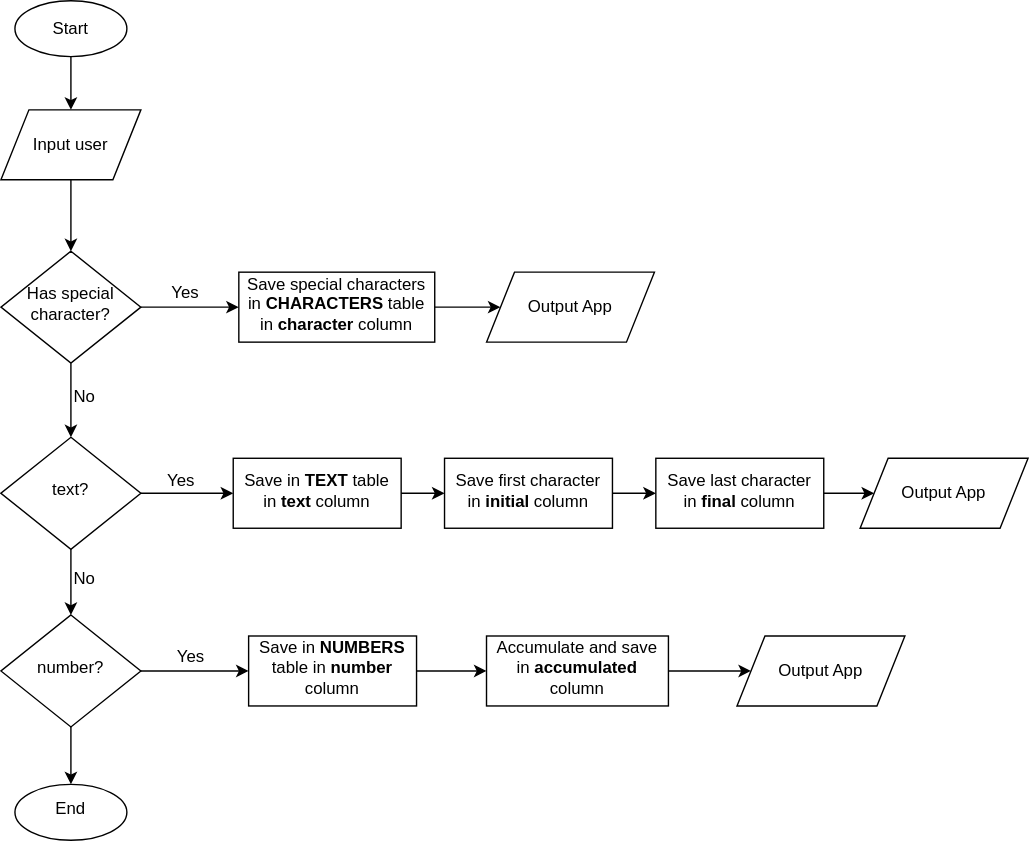
Earlier version of the draw.io export assets/apalabrados_flowchart.drawio.svg (isabelyb/apalabrados). Source tidied: cells renumbered, new cells last; positions are measured from the earlier drawing's top-left corner, leaving out a move shared by most shapes. Its diagram source:
```xml
<mxGraphModel>
  <root>
    <mxCell id="0" />
    <mxCell id="1" parent="0" />
    <mxCell id="2" value="Output App" style="shape=parallelogram;perimeter=parallelogramPerimeter;whiteSpace=wrap;html=1;fixedSize=1;" parent="1" vertex="1">
      <mxGeometry x="614" y="327" width="120" height="50" as="geometry" />
    </mxCell>
    <mxCell id="3" style="edgeStyle=elbowEdgeStyle;rounded=0;jettySize=auto;html=1;" parent="1" edge="1" source="19" target="2">
      <mxGeometry relative="1" as="geometry" />
    </mxCell>
    <mxCell id="4" value="End" style="ellipse;whiteSpace=wrap;html=1;shadow=0;strokeWidth=1;spacing=6;spacingTop=-4;" parent="1" vertex="1">
      <mxGeometry x="10" y="560" width="80" height="40" as="geometry" />
    </mxCell>
    <mxCell id="5" value="&lt;span&gt;Has special character?&lt;/span&gt;" style="rhombus;whiteSpace=wrap;html=1;shadow=0;fontFamily=Helvetica;fontSize=12;align=center;strokeWidth=1;spacing=6;spacingTop=-4;" parent="1" vertex="1">
      <mxGeometry y="179" width="100" height="80" as="geometry" />
    </mxCell>
    <mxCell id="6" style="edgeStyle=orthogonalEdgeStyle;rounded=0;jettySize=auto;html=1;" parent="1" edge="1" source="7" target="5">
      <mxGeometry x="42" y="37" as="geometry" />
    </mxCell>
    <mxCell id="7" value="Input user" style="shape=parallelogram;perimeter=parallelogramPerimeter;whiteSpace=wrap;html=1;fixedSize=1;" parent="1" vertex="1">
      <mxGeometry y="78" width="100" height="50" as="geometry" />
    </mxCell>
    <mxCell id="8" style="edgeStyle=orthogonalEdgeStyle;rounded=0;jettySize=auto;html=1;" parent="1" edge="1" source="9" target="7">
      <mxGeometry x="42" y="37" as="geometry" />
    </mxCell>
    <mxCell id="9" value="Start" style="ellipse;whiteSpace=wrap;html=1;" parent="1" vertex="1">
      <mxGeometry x="10" width="80" height="40" as="geometry" />
    </mxCell>
    <mxCell id="10" style="edgeStyle=orthogonalEdgeStyle;rounded=0;jettySize=auto;html=1;" parent="1" edge="1" source="11">
      <mxGeometry x="42" y="37" as="geometry">
        <mxPoint x="50" y="439" as="targetPoint" />
      </mxGeometry>
    </mxCell>
    <mxCell id="11" value="text?" style="rhombus;whiteSpace=wrap;html=1;shadow=0;fontFamily=Helvetica;fontSize=12;align=center;strokeWidth=1;spacing=6;spacingTop=-4;" parent="1" vertex="1">
      <mxGeometry y="312" width="100" height="80" as="geometry" />
    </mxCell>
    <mxCell id="12" style="edgeStyle=orthogonalEdgeStyle;rounded=0;jettySize=auto;html=1;" parent="1" edge="1" source="5" target="11">
      <mxGeometry x="42" y="37" as="geometry" />
    </mxCell>
    <mxCell id="13" value="No" style="text;html=1;strokeColor=none;fillColor=none;align=center;verticalAlign=middle;whiteSpace=wrap;rounded=0;" parent="1" vertex="1">
      <mxGeometry x="30" y="268" width="60" height="30" as="geometry" />
    </mxCell>
    <mxCell id="14" value="Save in &lt;b&gt;TEXT&lt;/b&gt;&amp;nbsp;table in &lt;b&gt;text&lt;/b&gt; column" style="whiteSpace=wrap;html=1;shadow=0;strokeWidth=1;spacing=6;spacingTop=-4;" parent="1" vertex="1">
      <mxGeometry x="166" y="327" width="120" height="50" as="geometry" />
    </mxCell>
    <mxCell id="15" style="edgeStyle=orthogonalEdgeStyle;rounded=0;jettySize=auto;html=1;" parent="1" edge="1" source="11" target="14">
      <mxGeometry x="42" y="37" as="geometry" />
    </mxCell>
    <mxCell id="16" value="Yes" style="text;html=1;strokeColor=none;fillColor=none;align=center;verticalAlign=middle;whiteSpace=wrap;rounded=0;" parent="1" vertex="1">
      <mxGeometry x="99" y="328" width="60" height="30" as="geometry" />
    </mxCell>
    <mxCell id="17" value="Save first character in &lt;b&gt;initial&lt;/b&gt; column" style="whiteSpace=wrap;html=1;shadow=0;strokeWidth=1;spacing=6;spacingTop=-4;" parent="1" vertex="1">
      <mxGeometry x="317" y="327" width="120" height="50" as="geometry" />
    </mxCell>
    <mxCell id="18" style="edgeStyle=orthogonalEdgeStyle;rounded=0;jettySize=auto;html=1;" parent="1" edge="1" source="14" target="17">
      <mxGeometry x="42" y="37" as="geometry" />
    </mxCell>
    <mxCell id="19" value="Save last character in &lt;b&gt;final&lt;/b&gt; column" style="whiteSpace=wrap;html=1;shadow=0;strokeWidth=1;spacing=6;spacingTop=-4;" parent="1" vertex="1">
      <mxGeometry x="468" y="327" width="120" height="50" as="geometry" />
    </mxCell>
    <mxCell id="20" style="edgeStyle=orthogonalEdgeStyle;rounded=0;jettySize=auto;html=1;" parent="1" edge="1" source="17" target="19">
      <mxGeometry x="42" y="37" as="geometry" />
    </mxCell>
    <mxCell id="21" style="edgeStyle=elbowEdgeStyle;rounded=0;jettySize=auto;html=1;" parent="1" edge="1" source="22" target="4">
      <mxGeometry relative="1" as="geometry" />
    </mxCell>
    <mxCell id="22" value="number?" style="rhombus;whiteSpace=wrap;html=1;shadow=0;fontFamily=Helvetica;fontSize=12;align=center;strokeWidth=1;spacing=6;spacingTop=-4;" parent="1" vertex="1">
      <mxGeometry y="439" width="100" height="80" as="geometry" />
    </mxCell>
    <mxCell id="23" value="Save in &lt;b&gt;NUMBERS&lt;/b&gt; table in &lt;b&gt;number&lt;/b&gt; column" style="whiteSpace=wrap;html=1;shadow=0;strokeWidth=1;spacing=6;spacingTop=-4;" parent="1" vertex="1">
      <mxGeometry x="177" y="454" width="120" height="50" as="geometry" />
    </mxCell>
    <mxCell id="24" style="edgeStyle=orthogonalEdgeStyle;rounded=0;jettySize=auto;html=1;" parent="1" edge="1" source="22" target="23">
      <mxGeometry x="42" y="37" as="geometry" />
    </mxCell>
    <mxCell id="25" value="Yes" style="text;html=1;strokeColor=none;fillColor=none;align=center;verticalAlign=middle;whiteSpace=wrap;rounded=0;" parent="1" vertex="1">
      <mxGeometry x="106" y="454" width="60" height="30" as="geometry" />
    </mxCell>
    <mxCell id="26" style="edgeStyle=elbowEdgeStyle;rounded=0;jettySize=auto;html=1;" parent="1" edge="1" source="27" target="35">
      <mxGeometry x="42" y="37" as="geometry" />
    </mxCell>
    <mxCell id="27" value="Accumulate and save in &lt;b&gt;accumulated&lt;/b&gt; column" style="whiteSpace=wrap;html=1;shadow=0;strokeWidth=1;spacing=6;spacingTop=-4;" parent="1" vertex="1">
      <mxGeometry x="347" y="454" width="130" height="50" as="geometry" />
    </mxCell>
    <mxCell id="28" style="edgeStyle=orthogonalEdgeStyle;rounded=0;jettySize=auto;html=1;" parent="1" edge="1" source="23" target="27">
      <mxGeometry x="154" y="491" as="geometry" />
    </mxCell>
    <mxCell id="29" value="No" style="text;html=1;strokeColor=none;fillColor=none;align=center;verticalAlign=middle;whiteSpace=wrap;rounded=0;" parent="1" vertex="1">
      <mxGeometry x="30" y="398" width="60" height="30" as="geometry" />
    </mxCell>
    <mxCell id="30" value="Save special characters in&amp;nbsp;&lt;b&gt;CHARACTERS&lt;/b&gt;&amp;nbsp;table in&amp;nbsp;&lt;b&gt;character&lt;/b&gt;&amp;nbsp;column" style="whiteSpace=wrap;html=1;shadow=0;strokeWidth=1;spacing=6;spacingTop=-4;" parent="1" vertex="1">
      <mxGeometry x="170" y="194" width="140" height="50" as="geometry" />
    </mxCell>
    <mxCell id="31" style="edgeStyle=orthogonalEdgeStyle;rounded=0;jettySize=auto;html=1;" parent="1" edge="1" source="5" target="30">
      <mxGeometry x="42" y="37" as="geometry" />
    </mxCell>
    <mxCell id="32" value="Yes" style="text;html=1;strokeColor=none;fillColor=none;align=center;verticalAlign=middle;whiteSpace=wrap;rounded=0;" parent="1" vertex="1">
      <mxGeometry x="102" y="194" width="60" height="30" as="geometry" />
    </mxCell>
    <mxCell id="33" value="Output App" style="shape=parallelogram;perimeter=parallelogramPerimeter;whiteSpace=wrap;html=1;fixedSize=1;" parent="1" vertex="1">
      <mxGeometry x="347" y="194" width="120" height="50" as="geometry" />
    </mxCell>
    <mxCell id="34" style="edgeStyle=elbowEdgeStyle;rounded=0;jettySize=auto;html=1;" parent="1" edge="1" source="30" target="33">
      <mxGeometry x="42" y="37" as="geometry" />
    </mxCell>
    <mxCell id="35" value="Output App" style="shape=parallelogram;perimeter=parallelogramPerimeter;whiteSpace=wrap;html=1;fixedSize=1;" parent="1" vertex="1">
      <mxGeometry x="526" y="454" width="120" height="50" as="geometry" />
    </mxCell>
  </root>
</mxGraphModel>
```
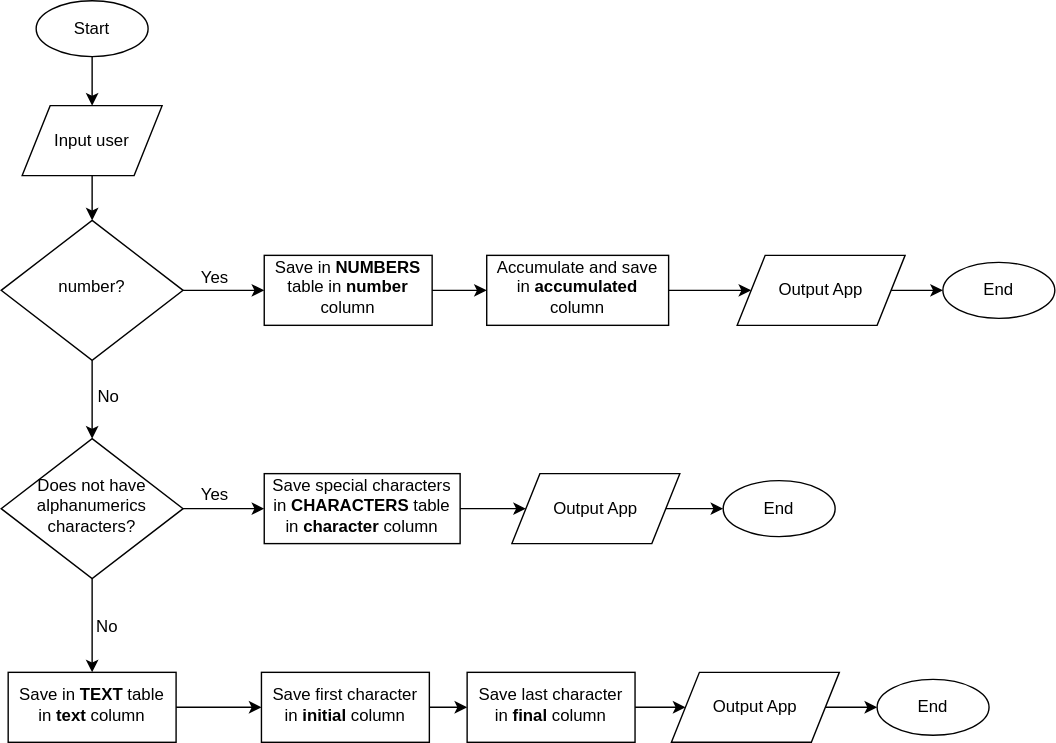
Later version of the same file.

The edit, as a diff of the source:
```diff
@@ -2,109 +2,110 @@
   <root>
     <mxCell id="0" />
     <mxCell id="1" parent="0" />
+    <mxCell id="36" style="edgeStyle=orthogonalEdgeStyle;rounded=0;jettySize=auto;html=1;" parent="1" edge="1" source="2" target="47">
+      <mxGeometry relative="1" as="geometry" />
+    </mxCell>
     <mxCell id="2" value="Output App" style="shape=parallelogram;perimeter=parallelogramPerimeter;whiteSpace=wrap;html=1;fixedSize=1;" parent="1" vertex="1">
-      <mxGeometry x="614" y="327" width="120" height="50" as="geometry" />
+      <mxGeometry x="479" y="480" width="120" height="50" as="geometry" />
     </mxCell>
     <mxCell id="3" style="edgeStyle=elbowEdgeStyle;rounded=0;jettySize=auto;html=1;" parent="1" edge="1" source="19" target="2">
       <mxGeometry relative="1" as="geometry" />
     </mxCell>
-    <mxCell id="4" value="End" style="ellipse;whiteSpace=wrap;html=1;shadow=0;strokeWidth=1;spacing=6;spacingTop=-4;" parent="1" vertex="1">
-      <mxGeometry x="10" y="560" width="80" height="40" as="geometry" />
-    </mxCell>
+    <mxCell id="31" style="edgeStyle=orthogonalEdgeStyle;rounded=0;jettySize=auto;html=1;" parent="1" edge="1" source="5" target="30">
+      <mxGeometry relative="1" as="geometry" />
+    </mxCell>
+    <mxCell id="37" style="edgeStyle=orthogonalEdgeStyle;rounded=0;jettySize=auto;html=1;" parent="1" edge="1" source="5" target="14">
+      <mxGeometry relative="1" as="geometry" />
+    </mxCell>
-    <mxCell id="5" value="&lt;span&gt;Has special character?&lt;/span&gt;" style="rhombus;whiteSpace=wrap;html=1;shadow=0;fontFamily=Helvetica;fontSize=12;align=center;strokeWidth=1;spacing=6;spacingTop=-4;" parent="1" vertex="1">
-      <mxGeometry y="179" width="100" height="80" as="geometry" />
+    <mxCell id="5" value="&lt;span&gt;Does not have alphanumerics characters?&lt;/span&gt;" style="rhombus;whiteSpace=wrap;html=1;shadow=0;fontFamily=Helvetica;fontSize=12;align=center;strokeWidth=1;spacing=6;spacingTop=-4;" parent="1" vertex="1">
+      <mxGeometry y="313" width="130" height="100" as="geometry" />
     </mxCell>
-    <mxCell id="6" style="edgeStyle=orthogonalEdgeStyle;rounded=0;jettySize=auto;html=1;" parent="1" edge="1" source="7" target="5">
-      <mxGeometry x="42" y="37" as="geometry" />
-    </mxCell>
+    <mxCell id="38" style="edgeStyle=orthogonalEdgeStyle;rounded=0;jettySize=auto;html=1;" parent="1" edge="1" source="7" target="22">
+      <mxGeometry relative="1" as="geometry" />
+    </mxCell>
     <mxCell id="7" value="Input user" style="shape=parallelogram;perimeter=parallelogramPerimeter;whiteSpace=wrap;html=1;fixedSize=1;" parent="1" vertex="1">
-      <mxGeometry y="78" width="100" height="50" as="geometry" />
+      <mxGeometry x="15" y="75" width="100" height="50" as="geometry" />
     </mxCell>
     <mxCell id="8" style="edgeStyle=orthogonalEdgeStyle;rounded=0;jettySize=auto;html=1;" parent="1" edge="1" source="9" target="7">
       <mxGeometry x="42" y="37" as="geometry" />
     </mxCell>
     <mxCell id="9" value="Start" style="ellipse;whiteSpace=wrap;html=1;" parent="1" vertex="1">
-      <mxGeometry x="10" width="80" height="40" as="geometry" />
+      <mxGeometry x="25" width="80" height="40" as="geometry" />
     </mxCell>
-    <mxCell id="10" style="edgeStyle=orthogonalEdgeStyle;rounded=0;jettySize=auto;html=1;" parent="1" edge="1" source="11">
-      <mxGeometry x="42" y="37" as="geometry">
-        <mxPoint x="50" y="439" as="targetPoint" />
-      </mxGeometry>
-    </mxCell>
-    <mxCell id="11" value="text?" style="rhombus;whiteSpace=wrap;html=1;shadow=0;fontFamily=Helvetica;fontSize=12;align=center;strokeWidth=1;spacing=6;spacingTop=-4;" parent="1" vertex="1">
-      <mxGeometry y="312" width="100" height="80" as="geometry" />
-    </mxCell>
-    <mxCell id="12" style="edgeStyle=orthogonalEdgeStyle;rounded=0;jettySize=auto;html=1;" parent="1" edge="1" source="5" target="11">
-      <mxGeometry x="42" y="37" as="geometry" />
-    </mxCell>
-    <mxCell id="13" value="No" style="text;html=1;strokeColor=none;fillColor=none;align=center;verticalAlign=middle;whiteSpace=wrap;rounded=0;" parent="1" vertex="1">
-      <mxGeometry x="30" y="268" width="60" height="30" as="geometry" />
-    </mxCell>
     <mxCell id="14" value="Save in &lt;b&gt;TEXT&lt;/b&gt;&amp;nbsp;table in &lt;b&gt;text&lt;/b&gt; column" style="whiteSpace=wrap;html=1;shadow=0;strokeWidth=1;spacing=6;spacingTop=-4;" parent="1" vertex="1">
-      <mxGeometry x="166" y="327" width="120" height="50" as="geometry" />
+      <mxGeometry x="5" y="480" width="120" height="50" as="geometry" />
     </mxCell>
-    <mxCell id="15" style="edgeStyle=orthogonalEdgeStyle;rounded=0;jettySize=auto;html=1;" parent="1" edge="1" source="11" target="14">
-      <mxGeometry x="42" y="37" as="geometry" />
-    </mxCell>
-    <mxCell id="16" value="Yes" style="text;html=1;strokeColor=none;fillColor=none;align=center;verticalAlign=middle;whiteSpace=wrap;rounded=0;" parent="1" vertex="1">
-      <mxGeometry x="99" y="328" width="60" height="30" as="geometry" />
-    </mxCell>
     <mxCell id="17" value="Save first character in &lt;b&gt;initial&lt;/b&gt; column" style="whiteSpace=wrap;html=1;shadow=0;strokeWidth=1;spacing=6;spacingTop=-4;" parent="1" vertex="1">
-      <mxGeometry x="317" y="327" width="120" height="50" as="geometry" />
+      <mxGeometry x="186" y="480" width="120" height="50" as="geometry" />
     </mxCell>
     <mxCell id="18" style="edgeStyle=orthogonalEdgeStyle;rounded=0;jettySize=auto;html=1;" parent="1" edge="1" source="14" target="17">
-      <mxGeometry x="42" y="37" as="geometry" />
+      <mxGeometry x="-119" y="190" as="geometry" />
     </mxCell>
     <mxCell id="19" value="Save last character in &lt;b&gt;final&lt;/b&gt; column" style="whiteSpace=wrap;html=1;shadow=0;strokeWidth=1;spacing=6;spacingTop=-4;" parent="1" vertex="1">
-      <mxGeometry x="468" y="327" width="120" height="50" as="geometry" />
+      <mxGeometry x="333" y="480" width="120" height="50" as="geometry" />
     </mxCell>
     <mxCell id="20" style="edgeStyle=orthogonalEdgeStyle;rounded=0;jettySize=auto;html=1;" parent="1" edge="1" source="17" target="19">
-      <mxGeometry x="42" y="37" as="geometry" />
+      <mxGeometry x="-93" y="190" as="geometry" />
     </mxCell>
-    <mxCell id="21" style="edgeStyle=elbowEdgeStyle;rounded=0;jettySize=auto;html=1;" parent="1" edge="1" source="22" target="4">
-      <mxGeometry relative="1" as="geometry" />
-    </mxCell>
+    <mxCell id="39" style="edgeStyle=orthogonalEdgeStyle;rounded=0;jettySize=auto;html=1;" parent="1" edge="1" source="22" target="5">
+      <mxGeometry relative="1" as="geometry" />
+    </mxCell>
     <mxCell id="22" value="number?" style="rhombus;whiteSpace=wrap;html=1;shadow=0;fontFamily=Helvetica;fontSize=12;align=center;strokeWidth=1;spacing=6;spacingTop=-4;" parent="1" vertex="1">
-      <mxGeometry y="439" width="100" height="80" as="geometry" />
+      <mxGeometry y="157" width="130" height="100" as="geometry" />
     </mxCell>
     <mxCell id="23" value="Save in &lt;b&gt;NUMBERS&lt;/b&gt; table in &lt;b&gt;number&lt;/b&gt; column" style="whiteSpace=wrap;html=1;shadow=0;strokeWidth=1;spacing=6;spacingTop=-4;" parent="1" vertex="1">
-      <mxGeometry x="177" y="454" width="120" height="50" as="geometry" />
+      <mxGeometry x="188" y="182" width="120" height="50" as="geometry" />
     </mxCell>
     <mxCell id="24" style="edgeStyle=orthogonalEdgeStyle;rounded=0;jettySize=auto;html=1;" parent="1" edge="1" source="22" target="23">
-      <mxGeometry x="42" y="37" as="geometry" />
+      <mxGeometry x="42" y="-245" as="geometry" />
     </mxCell>
     <mxCell id="25" value="Yes" style="text;html=1;strokeColor=none;fillColor=none;align=center;verticalAlign=middle;whiteSpace=wrap;rounded=0;" parent="1" vertex="1">
-      <mxGeometry x="106" y="454" width="60" height="30" as="geometry" />
+      <mxGeometry x="123" y="183" width="60" height="30" as="geometry" />
     </mxCell>
     <mxCell id="26" style="edgeStyle=elbowEdgeStyle;rounded=0;jettySize=auto;html=1;" parent="1" edge="1" source="27" target="35">
-      <mxGeometry x="42" y="37" as="geometry" />
+      <mxGeometry x="42" y="-235" as="geometry" />
     </mxCell>
     <mxCell id="27" value="Accumulate and save in &lt;b&gt;accumulated&lt;/b&gt; column" style="whiteSpace=wrap;html=1;shadow=0;strokeWidth=1;spacing=6;spacingTop=-4;" parent="1" vertex="1">
-      <mxGeometry x="347" y="454" width="130" height="50" as="geometry" />
+      <mxGeometry x="347" y="182" width="130" height="50" as="geometry" />
     </mxCell>
     <mxCell id="28" style="edgeStyle=orthogonalEdgeStyle;rounded=0;jettySize=auto;html=1;" parent="1" edge="1" source="23" target="27">
-      <mxGeometry x="154" y="491" as="geometry" />
+      <mxGeometry x="154" y="219" as="geometry" />
     </mxCell>
-    <mxCell id="29" value="No" style="text;html=1;strokeColor=none;fillColor=none;align=center;verticalAlign=middle;whiteSpace=wrap;rounded=0;" parent="1" vertex="1">
-      <mxGeometry x="30" y="398" width="60" height="30" as="geometry" />
-    </mxCell>
     <mxCell id="30" value="Save special characters in&amp;nbsp;&lt;b&gt;CHARACTERS&lt;/b&gt;&amp;nbsp;table in&amp;nbsp;&lt;b&gt;character&lt;/b&gt;&amp;nbsp;column" style="whiteSpace=wrap;html=1;shadow=0;strokeWidth=1;spacing=6;spacingTop=-4;" parent="1" vertex="1">
-      <mxGeometry x="170" y="194" width="140" height="50" as="geometry" />
+      <mxGeometry x="188" y="338" width="140" height="50" as="geometry" />
     </mxCell>
-    <mxCell id="31" style="edgeStyle=orthogonalEdgeStyle;rounded=0;jettySize=auto;html=1;" parent="1" edge="1" source="5" target="30">
-      <mxGeometry x="42" y="37" as="geometry" />
-    </mxCell>
-    <mxCell id="32" value="Yes" style="text;html=1;strokeColor=none;fillColor=none;align=center;verticalAlign=middle;whiteSpace=wrap;rounded=0;" parent="1" vertex="1">
-      <mxGeometry x="102" y="194" width="60" height="30" as="geometry" />
-    </mxCell>
+    <mxCell id="40" style="edgeStyle=orthogonalEdgeStyle;rounded=0;jettySize=auto;html=1;" parent="1" edge="1" source="33" target="46">
+      <mxGeometry relative="1" as="geometry" />
+    </mxCell>
     <mxCell id="33" value="Output App" style="shape=parallelogram;perimeter=parallelogramPerimeter;whiteSpace=wrap;html=1;fixedSize=1;" parent="1" vertex="1">
-      <mxGeometry x="347" y="194" width="120" height="50" as="geometry" />
+      <mxGeometry x="365" y="338" width="120" height="50" as="geometry" />
     </mxCell>
     <mxCell id="34" style="edgeStyle=elbowEdgeStyle;rounded=0;jettySize=auto;html=1;" parent="1" edge="1" source="30" target="33">
-      <mxGeometry x="42" y="37" as="geometry" />
+      <mxGeometry x="60" y="181" as="geometry" />
     </mxCell>
+    <mxCell id="41" style="edgeStyle=orthogonalEdgeStyle;rounded=0;jettySize=auto;html=1;" parent="1" edge="1" source="35" target="45">
+      <mxGeometry relative="1" as="geometry" />
+    </mxCell>
     <mxCell id="35" value="Output App" style="shape=parallelogram;perimeter=parallelogramPerimeter;whiteSpace=wrap;html=1;fixedSize=1;" parent="1" vertex="1">
-      <mxGeometry x="526" y="454" width="120" height="50" as="geometry" />
+      <mxGeometry x="526" y="182" width="120" height="50" as="geometry" />
     </mxCell>
+    <mxCell id="42" value="Yes" style="text;html=1;strokeColor=none;fillColor=none;align=center;verticalAlign=middle;whiteSpace=wrap;rounded=0;" parent="1" vertex="1">
+      <mxGeometry x="123" y="338" width="60" height="30" as="geometry" />
+    </mxCell>
+    <mxCell id="43" value="No" style="text;html=1;strokeColor=none;fillColor=none;align=center;verticalAlign=middle;whiteSpace=wrap;rounded=0;" parent="1" vertex="1">
+      <mxGeometry x="47" y="268" width="60" height="30" as="geometry" />
+    </mxCell>
+    <mxCell id="44" value="No" style="text;html=1;strokeColor=none;fillColor=none;align=center;verticalAlign=middle;whiteSpace=wrap;rounded=0;" parent="1" vertex="1">
+      <mxGeometry x="46" y="433" width="60" height="30" as="geometry" />
+    </mxCell>
+    <mxCell id="45" value="End" style="ellipse;whiteSpace=wrap;html=1;" parent="1" vertex="1">
+      <mxGeometry x="673" y="187" width="80" height="40" as="geometry" />
+    </mxCell>
+    <mxCell id="46" value="End" style="ellipse;whiteSpace=wrap;html=1;" parent="1" vertex="1">
+      <mxGeometry x="516" y="343" width="80" height="40" as="geometry" />
+    </mxCell>
+    <mxCell id="47" value="End" style="ellipse;whiteSpace=wrap;html=1;" parent="1" vertex="1">
+      <mxGeometry x="626" y="485" width="80" height="40" as="geometry" />
+    </mxCell>
   </root>
 </mxGraphModel>
```
